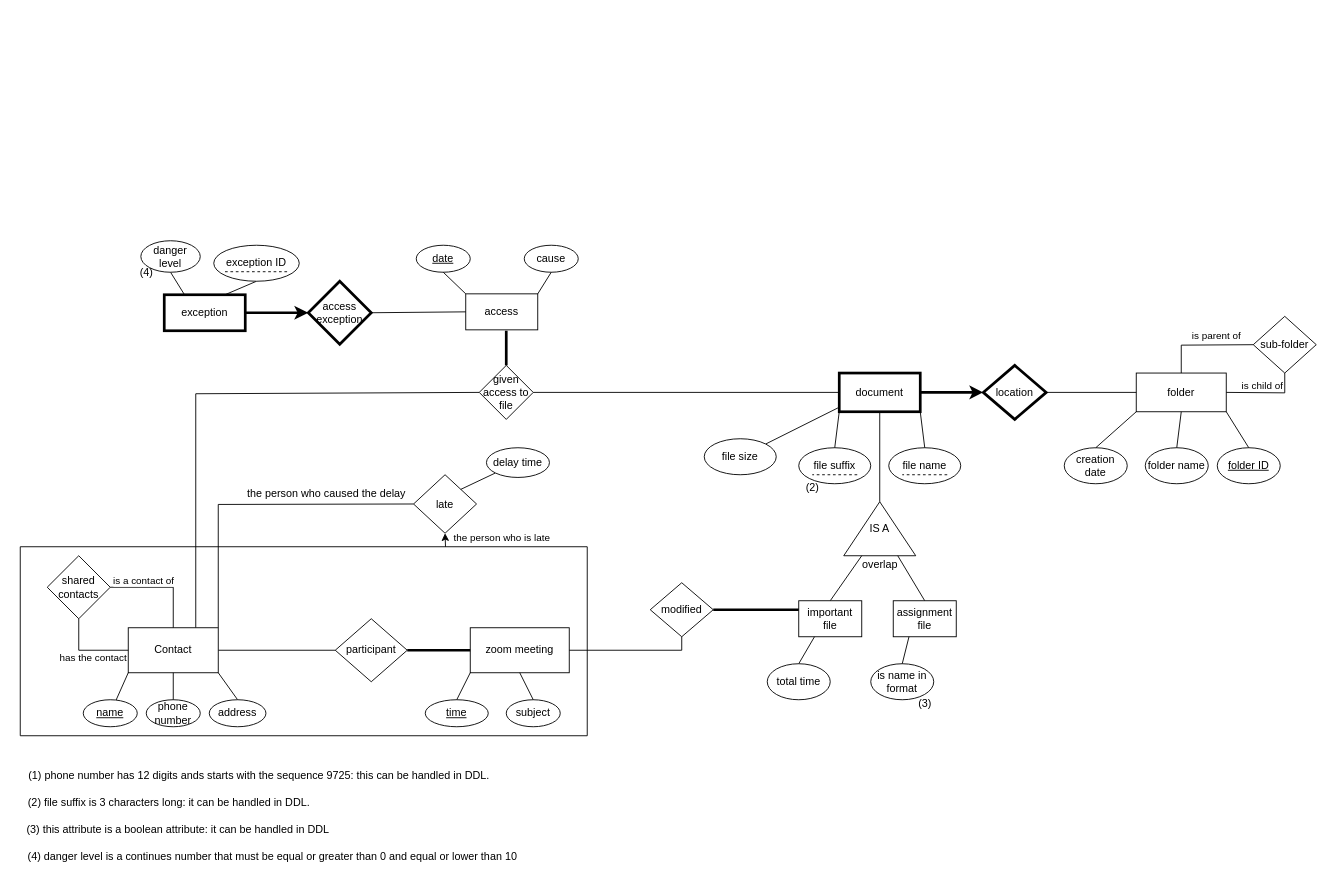
This is ERD-Draft.drawio from TomerChaiat/DDL-PROJECT, a draw.io file, before an edit. Source tidied: cells renumbered, new cells numbered last; positions are measured from the earlier drawing's top-left corner, leaving out a move shared by most shapes. Both pictures are drawn from the tidied source at 90%, with x=0, y=0 at pixel (15, 240).
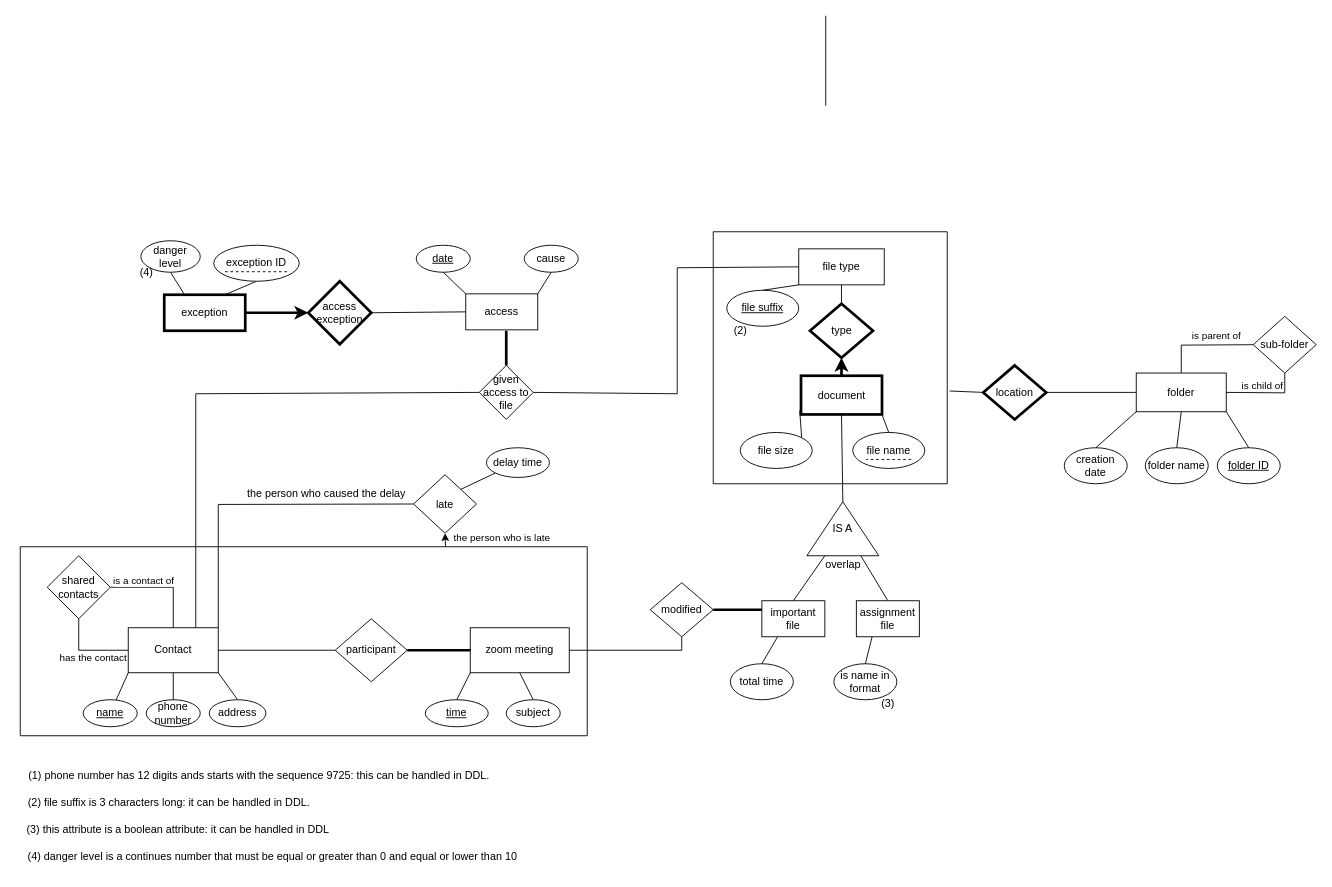
After the change.

The change refers to these unchanged cells:
```xml
<mxCell id="36" value="location" style="rhombus;whiteSpace=wrap;html=1;strokeWidth=3;" parent="1" vertex="1">
  <mxGeometry x="1075" y="138.5" width="70" height="60" as="geometry" />
</mxCell>
<mxCell id="54" value="given access to file" style="rhombus;whiteSpace=wrap;html=1;strokeWidth=1;" parent="1" vertex="1">
  <mxGeometry x="515" y="138.5" width="60" height="60" as="geometry" />
</mxCell>
```

The edit, as a diff of the source:
```diff
@@
-    <mxCell id="22" value="document" style="rounded=0;whiteSpace=wrap;html=1;strokeWidth=3;" parent="1" vertex="1">
-      <mxGeometry x="915" y="147" width="90" height="43" as="geometry" />
-    </mxCell>
@@
-    <mxCell id="28" style="group;" parent="1" vertex="1">
-      <mxGeometry x="970" y="230" width="80" height="40" as="geometry" />
-    </mxCell>
-    <mxCell id="29" value="file name" style="ellipse;whiteSpace=wrap;html=1;" parent="28" vertex="1">
-      <mxGeometry width="80" height="40" as="geometry" />
-    </mxCell>
-    <mxCell id="30" style="endArrow=none;dashed=1;html=1;rounded=0;" parent="28" edge="1">
-      <mxGeometry relative="1" as="geometry">
-        <mxPoint x="65" y="30" as="sourcePoint" />
-        <mxPoint x="15" y="30" as="targetPoint" />
-      </mxGeometry>
-    </mxCell>
     <mxCell id="31" style="group;" parent="1" vertex="1">
-      <mxGeometry x="870" y="230" width="80" height="40" as="geometry" />
+      <mxGeometry x="790" y="55" width="80" height="40" as="geometry" />
     </mxCell>
-    <mxCell id="32" value="file suffix" style="ellipse;whiteSpace=wrap;html=1;" parent="31" vertex="1">
+    <mxCell id="32" value="&lt;u&gt;file suffix&lt;/u&gt;" style="ellipse;whiteSpace=wrap;html=1;" parent="31" vertex="1">
       <mxGeometry width="80" height="40" as="geometry" />
     </mxCell>
-    <mxCell id="33" style="endArrow=none;dashed=1;html=1;rounded=0;" parent="31" edge="1">
-      <mxGeometry relative="1" as="geometry">
-        <mxPoint x="65" y="30" as="sourcePoint" />
-        <mxPoint x="15" y="30" as="targetPoint" />
-      </mxGeometry>
-    </mxCell>
-    <mxCell id="34" style="endArrow=none;html=1;rounded=0;entryX=0;entryY=1;entryDx=0;entryDy=0;exitX=0.5;exitY=0;exitDx=0;exitDy=0;" parent="1" edge="1" source="32" target="22">
+    <mxCell id="34" style="endArrow=none;html=1;rounded=0;exitX=0.5;exitY=0;exitDx=0;exitDy=0;entryX=0;entryY=1;entryDx=0;entryDy=0;" parent="1" edge="1" source="32" target="95">
       <mxGeometry relative="1" as="geometry" />
     </mxCell>
-    <mxCell id="35" style="endArrow=none;html=1;rounded=0;entryX=1;entryY=1;entryDx=0;entryDy=0;exitX=0.5;exitY=0;exitDx=0;exitDy=0;" parent="1" edge="1" source="29" target="22">
-      <mxGeometry relative="1" as="geometry" />
-    </mxCell>
@@
-    <mxCell id="38" style="endArrow=none;html=1;rounded=0;entryX=0.5;entryY=1;entryDx=0;entryDy=0;exitX=1;exitY=0.5;exitDx=0;exitDy=0;" parent="1" edge="1" source="41" target="22">
-      <mxGeometry relative="1" as="geometry" />
+    <mxCell id="38" style="endArrow=none;html=1;rounded=0;entryX=0.5;entryY=1;entryDx=0;entryDy=0;exitX=1;exitY=0.5;exitDx=0;exitDy=0;" parent="1" edge="1">
+      <mxGeometry relative="1" as="geometry">
+        <mxPoint x="900" y="-150" as="sourcePoint" />
+        <mxPoint x="900" y="-250" as="targetPoint" />
+      </mxGeometry>
     </mxCell>
-    <mxCell id="39" style="endArrow=none;html=1;rounded=0;entryX=-0.016;entryY=0.9;entryDx=0;entryDy=0;exitX=1;exitY=0;exitDx=0;exitDy=0;entryPerimeter=0;" parent="1" edge="1" source="40" target="22">
-      <mxGeometry relative="1" as="geometry" />
-    </mxCell>
-    <mxCell id="40" value="file size" style="ellipse;whiteSpace=wrap;html=1;" parent="1" vertex="1">
-      <mxGeometry x="765" y="220" width="80" height="40" as="geometry" />
-    </mxCell>
     <mxCell id="41" value="IS A" style="triangle;whiteSpace=wrap;html=1;direction=north;" parent="1" vertex="1">
-      <mxGeometry x="920" y="290" width="80" height="60" as="geometry" />
+      <mxGeometry x="879" y="290" width="80" height="60" as="geometry" />
     </mxCell>
@@
     <mxCell id="44" value="assignment file" style="rounded=0;whiteSpace=wrap;html=1;" parent="1" vertex="1">
-      <mxGeometry x="975" y="400" width="70" height="40" as="geometry" />
+      <mxGeometry x="934" y="400" width="70" height="40" as="geometry" />
     </mxCell>
     <mxCell id="45" value="important file" style="rounded=0;whiteSpace=wrap;html=1;" parent="1" vertex="1">
-      <mxGeometry x="870" y="400" width="70" height="40" as="geometry" />
+      <mxGeometry x="829" y="400" width="70" height="40" as="geometry" />
     </mxCell>
     <mxCell id="46" value="overlap" style="text;html=1;align=center;verticalAlign=middle;strokeColor=none;fillColor=none;" parent="1" vertex="1">
-      <mxGeometry x="930" y="345" width="60" height="30" as="geometry" />
+      <mxGeometry x="889" y="345" width="60" height="30" as="geometry" />
     </mxCell>
@@
     <mxCell id="48" value="total time" style="ellipse;whiteSpace=wrap;html=1;" parent="1" vertex="1">
-      <mxGeometry x="835" y="470" width="70" height="40" as="geometry" />
+      <mxGeometry x="794" y="470" width="70" height="40" as="geometry" />
     </mxCell>
     <mxCell id="49" value="is name in format" style="ellipse;whiteSpace=wrap;html=1;" parent="1" vertex="1">
-      <mxGeometry x="950" y="470" width="70" height="40" as="geometry" />
+      <mxGeometry x="909" y="470" width="70" height="40" as="geometry" />
     </mxCell>
@@
-    <mxCell id="53" style="endArrow=classic;html=1;rounded=0;exitX=1;exitY=0.5;exitDx=0;exitDy=0;entryX=0;entryY=0.5;entryDx=0;entryDy=0;strokeWidth=3;" parent="1" edge="1" source="22" target="36">
-      <mxGeometry relative="1" as="geometry" />
-    </mxCell>
@@
-    <mxCell id="55" style="endArrow=none;html=1;rounded=0;entryX=0;entryY=0.5;entryDx=0;entryDy=0;exitX=1;exitY=0.5;exitDx=0;exitDy=0;" parent="1" edge="1" source="54" target="22">
-      <mxGeometry relative="1" as="geometry" />
+    <mxCell id="55" style="endArrow=none;html=1;rounded=0;exitX=1;exitY=0.5;exitDx=0;exitDy=0;entryX=0;entryY=0.5;entryDx=0;entryDy=0;" parent="1" edge="1" source="54" target="95">
+      <mxGeometry relative="1" as="geometry">
+        <Array as="points">
+          <mxPoint x="735" y="170" />
+          <mxPoint x="735" y="30" />
+        </Array>
+      </mxGeometry>
     </mxCell>
@@
     <mxCell id="59" value="(2)" style="text;html=1;align=center;verticalAlign=middle;strokeColor=none;fillColor=none;" parent="1" vertex="1">
-      <mxGeometry x="865" y="260" width="40" height="30" as="geometry" />
+      <mxGeometry x="785" y="85" width="40" height="30" as="geometry" />
     </mxCell>
@@
     <mxCell id="61" value="(3)" style="text;html=1;align=center;verticalAlign=middle;strokeColor=none;fillColor=none;" parent="1" vertex="1">
-      <mxGeometry x="990" y="500" width="40" height="30" as="geometry" />
+      <mxGeometry x="949" y="500" width="40" height="30" as="geometry" />
     </mxCell>
@@
+    <mxCell id="95" value="file type" style="rounded=0;whiteSpace=wrap;html=1;" parent="1" vertex="1">
+      <mxGeometry x="870" y="9" width="95" height="40" as="geometry" />
+    </mxCell>
+    <mxCell id="96" style="swimlane;startSize=0;" parent="1" vertex="1">
+      <mxGeometry x="775" y="-10" width="260" height="280" as="geometry" />
+    </mxCell>
+    <mxCell id="22" value="document" style="rounded=0;whiteSpace=wrap;html=1;strokeWidth=3;" parent="96" vertex="1">
+      <mxGeometry x="97.5" y="160" width="90" height="43" as="geometry" />
+    </mxCell>
+    <mxCell id="28" style="group;" parent="96" vertex="1">
+      <mxGeometry x="155" y="223" width="80" height="40" as="geometry" />
+    </mxCell>
+    <mxCell id="29" value="file name" style="ellipse;whiteSpace=wrap;html=1;" parent="28" vertex="1">
+      <mxGeometry width="80" height="40" as="geometry" />
+    </mxCell>
+    <mxCell id="30" style="endArrow=none;dashed=1;html=1;rounded=0;" parent="28" edge="1">
+      <mxGeometry relative="1" as="geometry">
+        <mxPoint x="65" y="30" as="sourcePoint" />
+        <mxPoint x="15" y="30" as="targetPoint" />
+      </mxGeometry>
+    </mxCell>
+    <mxCell id="35" style="endArrow=none;html=1;rounded=0;entryX=1;entryY=1;entryDx=0;entryDy=0;exitX=0.5;exitY=0;exitDx=0;exitDy=0;" parent="96" edge="1" source="29" target="22">
+      <mxGeometry relative="1" as="geometry" />
+    </mxCell>
+    <mxCell id="39" style="endArrow=none;html=1;rounded=0;entryX=-0.016;entryY=0.9;entryDx=0;entryDy=0;exitX=1;exitY=0;exitDx=0;exitDy=0;entryPerimeter=0;" parent="96" edge="1" source="40" target="22">
+      <mxGeometry relative="1" as="geometry" />
+    </mxCell>
+    <mxCell id="40" value="file size" style="ellipse;whiteSpace=wrap;html=1;" parent="96" vertex="1">
+      <mxGeometry x="30" y="223" width="80" height="40" as="geometry" />
+    </mxCell>
+    <mxCell id="97" value="type" style="rhombus;whiteSpace=wrap;html=1;strokeWidth=3;" parent="96" vertex="1">
+      <mxGeometry x="107.5" y="80" width="70" height="60" as="geometry" />
+    </mxCell>
+    <mxCell id="53" style="endArrow=classic;html=1;rounded=0;exitX=0.5;exitY=0;exitDx=0;exitDy=0;strokeWidth=3;entryX=0.5;entryY=1;entryDx=0;entryDy=0;" parent="96" edge="1" source="22" target="97">
+      <mxGeometry relative="1" as="geometry" />
+    </mxCell>
+    <mxCell id="98" style="endArrow=none;html=1;rounded=0;entryX=1.01;entryY=0.632;entryDx=0;entryDy=0;entryPerimeter=0;exitX=0;exitY=0.5;exitDx=0;exitDy=0;" parent="1" edge="1" source="36" target="96">
+      <mxGeometry relative="1" as="geometry" />
+    </mxCell>
+    <mxCell id="99" style="endArrow=none;html=1;rounded=0;entryX=0.5;entryY=1;entryDx=0;entryDy=0;exitX=1;exitY=0.5;exitDx=0;exitDy=0;" parent="1" edge="1" source="41" target="22">
+      <mxGeometry relative="1" as="geometry" />
+    </mxCell>
+    <mxCell id="100" style="endArrow=none;html=1;rounded=0;entryX=0.5;entryY=1;entryDx=0;entryDy=0;exitX=0.5;exitY=0;exitDx=0;exitDy=0;" parent="1" edge="1" source="97" target="95">
+      <mxGeometry relative="1" as="geometry" />
+    </mxCell>
```
